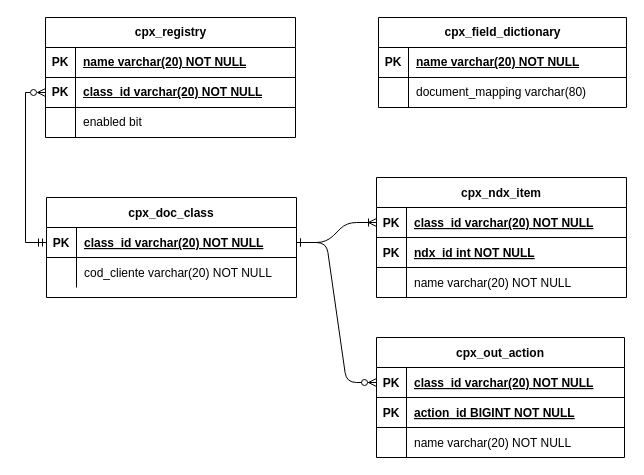
Before: README-files/er-model.drawio in GPA-Gruppo-Progetti-Avanzati-SRL/tpm-cpx-docclass, a draw.io diagram. Source tidied: cells renumbered, new cells numbered last; positions are measured from the earlier drawing's top-left corner, leaving out a move shared by most shapes. Both pictures are drawn from the tidied source at 100%, with x=0, y=0 at pixel (45, 17).
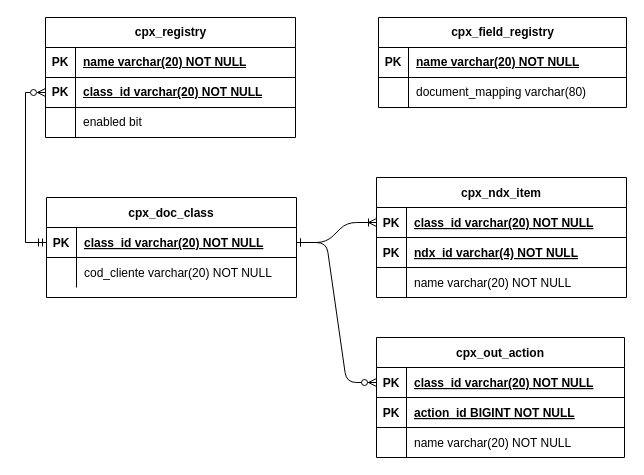
After the change.

The change refers to these unchanged cells:
```xml
<mxCell id="7" style="shape=partialRectangle;fillColor=none;top=0;left=0;right=0;bottom=1;" parent="3" vertex="1">
  <mxGeometry y="60" width="250" height="30" as="geometry" />
</mxCell>
```

Change to the diagram source:
```diff
@@
-    <mxCell id="9" value="ndx_id int NOT NULL" style="shape=partialRectangle;overflow=hidden;fillColor=none;top=0;left=0;bottom=0;right=0;align=left;spacingLeft=6;fontStyle=5;" parent="7" vertex="1">
+    <mxCell id="9" value="ndx_id varchar(4) NOT NULL" style="shape=partialRectangle;overflow=hidden;fillColor=none;top=0;left=0;bottom=0;right=0;align=left;spacingLeft=6;fontStyle=5;" parent="7" vertex="1">
       <mxGeometry x="30" width="220" height="30" as="geometry" />
     </mxCell>
@@
-    <mxCell id="31" value="cpx_field_dictionary" style="shape=table;startSize=30;childLayout=tableLayout;rowLines=0;fontStyle=1;align=center;html=1;" parent="1" vertex="1">
+    <mxCell id="31" value="cpx_field_registry" style="shape=table;startSize=30;childLayout=tableLayout;rowLines=0;fontStyle=1;align=center;html=1;" parent="1" vertex="1">
       <mxGeometry x="333" width="248" height="90" as="geometry" />
     </mxCell>
```
